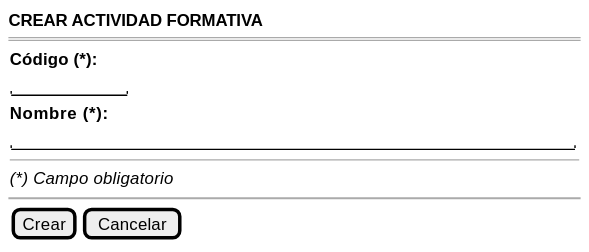
Earlier version of the PlantUML export images/RUP/01-requisitos/03-detalle-casos-uso/crearActividadFormativa/wireframe.svg (mmasias/pyCeldaPublico). Source of this version:
```plantuml
@startsalt crearActividadFormativa-wireframe
{
    <b>CREAR ACTIVIDAD FORMATIVA</b>
    ====
    {
        <b>Código (*):</b>
        "          "
        <b>Nombre (*):</b>
        "                                                  "
        --
        <i>(*) Campo obligatorio</i>
    }
    ~~
    {[Crear] | [Cancelar]}
}
@endsalt
```
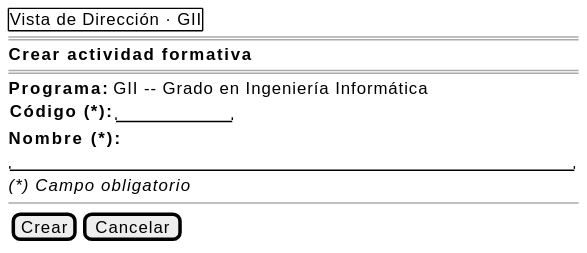
Above is the later version.

The edit, as a diff of the source:
```diff
@@ -1,16 +1,17 @@
 @startsalt crearActividadFormativa-wireframe
 {
-    <b>CREAR ACTIVIDAD FORMATIVA</b>
+    {+ Vista de Dirección · GII }
     ====
+    <b>Crear actividad formativa</b>
+    ====
+    <b>Programa:</b> GII -- Grado en Ingeniería Informática
     {
-        <b>Código (*):</b>
-        "          "
-        <b>Nombre (*):</b>
-        "                                                  "
-        --
-        <i>(*) Campo obligatorio</i>
+        <b>Código (*):</b> | "          "
     }
-    ~~
+    <b>Nombre (*):</b>
+    "                                                  "
+    <i>(*) Campo obligatorio</i>
+    --
     {[Crear] | [Cancelar]}
 }
 @endsalt
```
